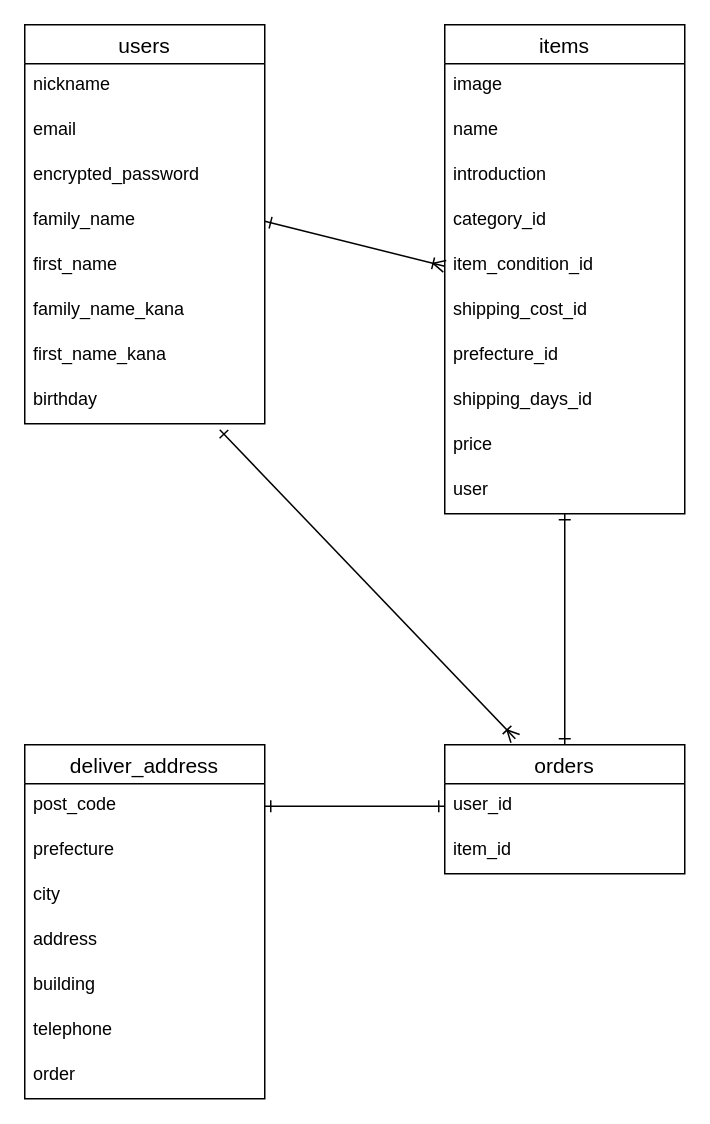
The draw.io diagram furima.dio in skyhightech55/furima-37322, before the edit. Source tidied: cells renumbered, new cells numbered last; positions are measured from the earlier drawing's top-left corner, leaving out a move shared by most shapes. Both pictures are drawn from the tidied source at 150%, with x=0, y=0 at pixel (24, 24).
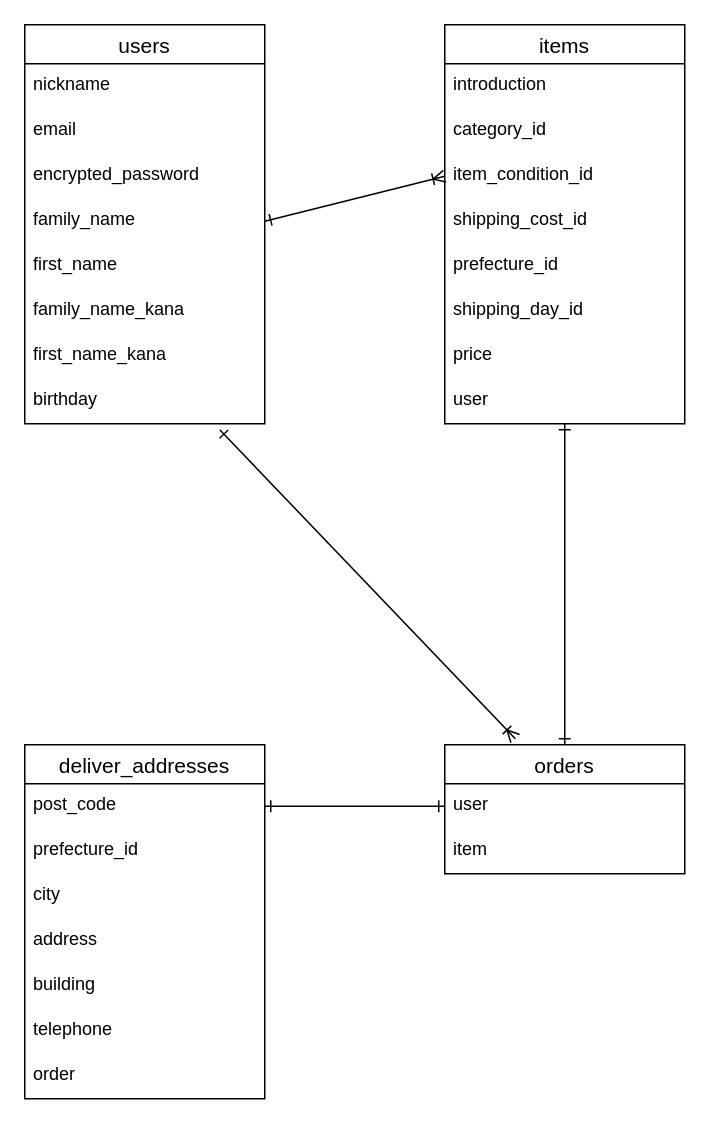
Above is the later version.

The change refers to these unchanged cells:
```xml
<mxCell id="30" value="orders" style="swimlane;fontStyle=0;horizontal=1;startSize=26;align=center;fontSize=14;" parent="1" vertex="1">
  <mxGeometry x="280" y="480" width="160" height="86" as="geometry" />
</mxCell>
```

The edit, as a diff of the source:
```diff
@@
     <mxCell id="11" value="items" style="swimlane;fontStyle=0;horizontal=1;startSize=26;align=center;fontSize=14;" parent="1" vertex="1">
-      <mxGeometry x="280" width="160" height="326" as="geometry" />
+      <mxGeometry x="280" width="160" height="266" as="geometry" />
     </mxCell>
-    <mxCell id="12" value="image" style="text;strokeColor=none;fillColor=none;spacingLeft=4;spacingRight=4;overflow=hidden;fontSize=12;" parent="11" vertex="1">
-      <mxGeometry y="26" width="160" height="30" as="geometry" />
-    </mxCell>
-    <mxCell id="13" value="name" style="text;strokeColor=none;fillColor=none;spacingLeft=4;spacingRight=4;overflow=hidden;fontSize=12;" parent="11" vertex="1">
-      <mxGeometry y="56" width="160" height="30" as="geometry" />
-    </mxCell>
     <mxCell id="14" value="introduction" style="text;strokeColor=none;fillColor=none;spacingLeft=4;spacingRight=4;overflow=hidden;fontSize=12;" parent="11" vertex="1">
-      <mxGeometry y="86" width="160" height="30" as="geometry" />
+      <mxGeometry y="26" width="160" height="30" as="geometry" />
     </mxCell>
     <mxCell id="15" value="category_id" style="text;strokeColor=none;fillColor=none;spacingLeft=4;spacingRight=4;overflow=hidden;fontSize=12;" parent="11" vertex="1">
-      <mxGeometry y="116" width="160" height="30" as="geometry" />
+      <mxGeometry y="56" width="160" height="30" as="geometry" />
     </mxCell>
     <mxCell id="16" value="item_condition_id" style="text;strokeColor=none;fillColor=none;spacingLeft=4;spacingRight=4;overflow=hidden;points=[[0,0.5],[1,0.5]];portConstraint=eastwest;fontSize=12;" parent="11" vertex="1">
-      <mxGeometry y="146" width="160" height="30" as="geometry" />
+      <mxGeometry y="86" width="160" height="30" as="geometry" />
     </mxCell>
     <mxCell id="17" value="shipping_cost_id" style="text;strokeColor=none;fillColor=none;spacingLeft=4;spacingRight=4;overflow=hidden;fontSize=12;" parent="11" vertex="1">
-      <mxGeometry y="176" width="160" height="30" as="geometry" />
+      <mxGeometry y="116" width="160" height="30" as="geometry" />
     </mxCell>
     <mxCell id="18" value="prefecture_id" style="text;strokeColor=none;fillColor=none;spacingLeft=4;spacingRight=4;overflow=hidden;fontSize=12;" parent="11" vertex="1">
-      <mxGeometry y="206" width="160" height="30" as="geometry" />
+      <mxGeometry y="146" width="160" height="30" as="geometry" />
     </mxCell>
-    <mxCell id="19" value="shipping_days_id" style="text;strokeColor=none;fillColor=none;spacingLeft=4;spacingRight=4;overflow=hidden;fontSize=12;" parent="11" vertex="1">
-      <mxGeometry y="236" width="160" height="30" as="geometry" />
+    <mxCell id="19" value="shipping_day_id" style="text;strokeColor=none;fillColor=none;spacingLeft=4;spacingRight=4;overflow=hidden;fontSize=12;" parent="11" vertex="1">
+      <mxGeometry y="176" width="160" height="30" as="geometry" />
     </mxCell>
     <mxCell id="20" value="price" style="text;strokeColor=none;fillColor=none;spacingLeft=4;spacingRight=4;overflow=hidden;fontSize=12;" parent="11" vertex="1">
-      <mxGeometry y="266" width="160" height="30" as="geometry" />
+      <mxGeometry y="206" width="160" height="30" as="geometry" />
     </mxCell>
     <mxCell id="21" value="user" style="text;strokeColor=none;fillColor=none;spacingLeft=4;spacingRight=4;overflow=hidden;points=[[0,0.5],[1,0.5]];portConstraint=eastwest;fontSize=12;" parent="11" vertex="1">
-      <mxGeometry y="296" width="160" height="30" as="geometry" />
+      <mxGeometry y="236" width="160" height="30" as="geometry" />
     </mxCell>
-    <mxCell id="22" value="deliver_address" style="swimlane;fontStyle=0;horizontal=1;startSize=26;align=center;fontSize=14;" parent="1" vertex="1">
+    <mxCell id="22" value="deliver_addresses" style="swimlane;fontStyle=0;horizontal=1;startSize=26;align=center;fontSize=14;" parent="1" vertex="1">
       <mxGeometry y="480" width="160" height="236" as="geometry" />
     </mxCell>
@@
-    <mxCell id="24" value="prefecture" style="text;strokeColor=none;fillColor=none;spacingLeft=4;spacingRight=4;overflow=hidden;fontSize=12;" parent="22" vertex="1">
+    <mxCell id="24" value="prefecture_id" style="text;strokeColor=none;fillColor=none;spacingLeft=4;spacingRight=4;overflow=hidden;fontSize=12;" parent="22" vertex="1">
       <mxGeometry y="56" width="160" height="30" as="geometry" />
     </mxCell>
@@
-    <mxCell id="31" value="user_id" style="text;strokeColor=none;fillColor=none;spacingLeft=4;spacingRight=4;overflow=hidden;points=[[0,0.5],[1,0.5]];portConstraint=eastwest;fontSize=12;" parent="30" vertex="1">
+    <mxCell id="31" value="user" style="text;strokeColor=none;fillColor=none;spacingLeft=4;spacingRight=4;overflow=hidden;points=[[0,0.5],[1,0.5]];portConstraint=eastwest;fontSize=12;" parent="30" vertex="1">
       <mxGeometry y="26" width="160" height="30" as="geometry" />
     </mxCell>
-    <mxCell id="32" value="item_id" style="text;strokeColor=none;fillColor=none;spacingLeft=4;spacingRight=4;overflow=hidden;fontSize=12;" parent="30" vertex="1">
+    <mxCell id="32" value="item" style="text;strokeColor=none;fillColor=none;spacingLeft=4;spacingRight=4;overflow=hidden;fontSize=12;" parent="30" vertex="1">
       <mxGeometry y="56" width="160" height="30" as="geometry" />
     </mxCell>
```
